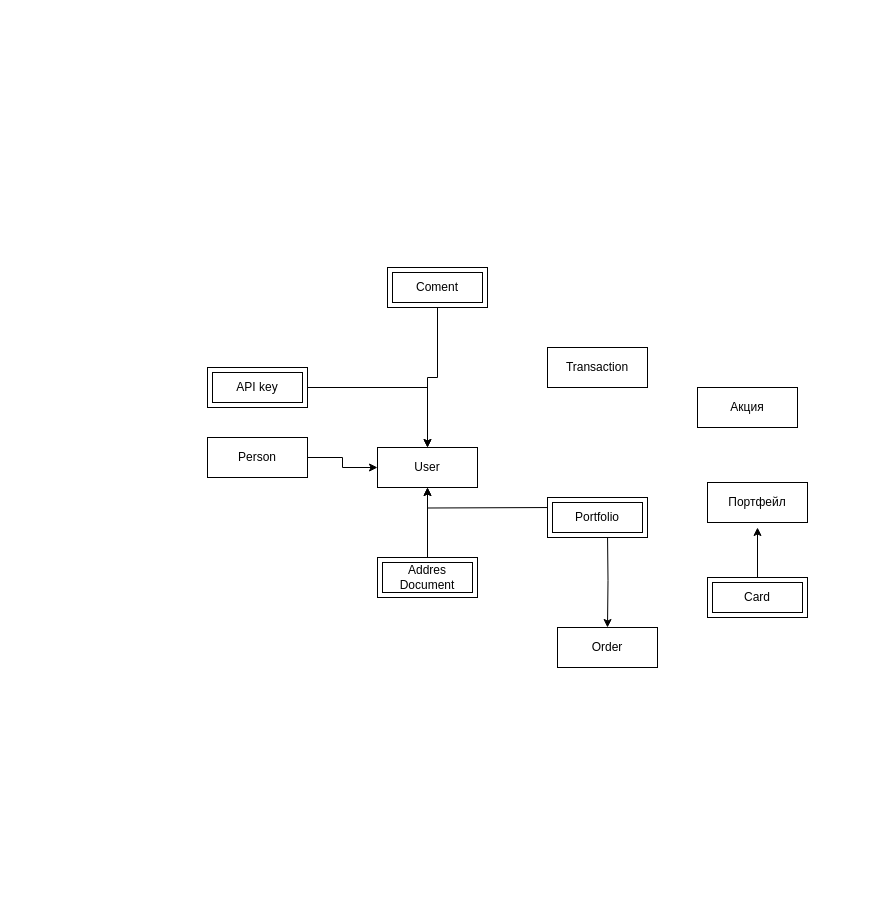
Above: Untitled Diagram.drawio in ThEMueA/dataModeling (draw.io), before the change. Source tidied: cells renumbered, new cells numbered last; positions are measured from the earlier drawing's top-left corner, leaving out a move shared by most shapes. Both pictures are drawn from the tidied source at 100%, with x=0, y=0 at pixel (207, 267).
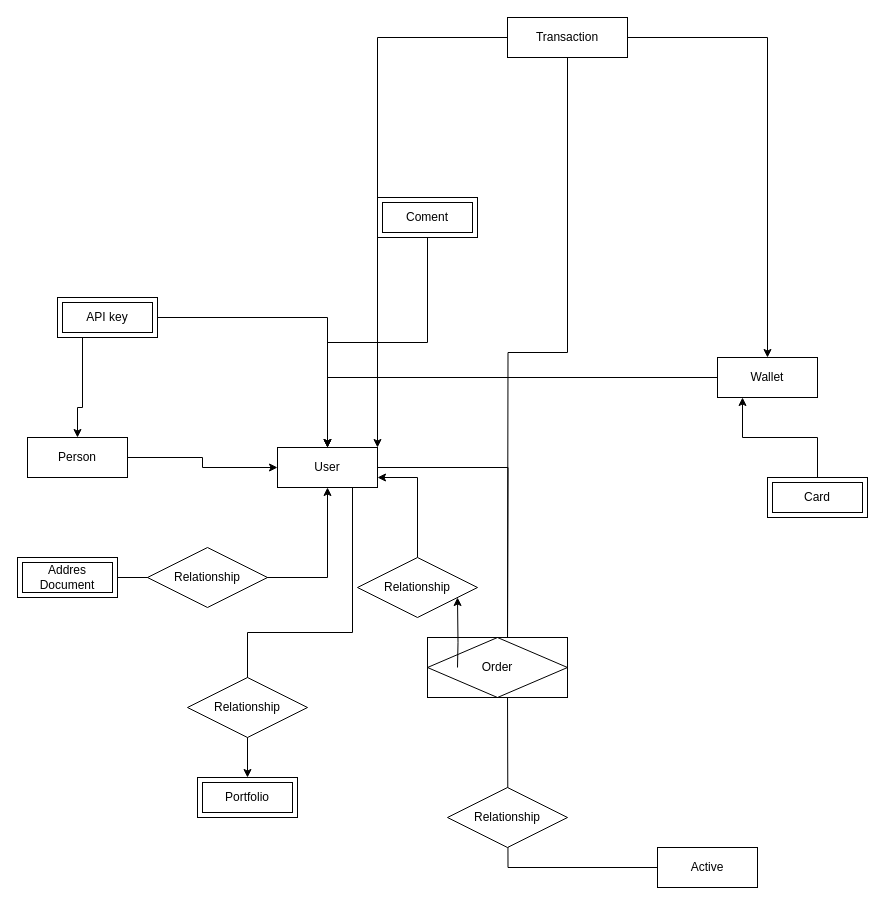
The same page after the edit.

Diff of the diagram source:
```diff
@@
+    <mxCell id="20" style="edgeStyle=orthogonalEdgeStyle;rounded=0;jettySize=auto;html=1;" parent="1" edge="1" source="2">
+      <mxGeometry relative="1" as="geometry">
+        <mxPoint x="300" y="380" as="targetPoint" />
+      </mxGeometry>
+    </mxCell>
+    <mxCell id="21" style="edgeStyle=orthogonalEdgeStyle;rounded=0;jettySize=auto;html=1;exitX=0.75;exitY=1;exitDx=0;exitDy=0;" parent="1" edge="1" source="2" target="19">
+      <mxGeometry relative="1" as="geometry" />
+    </mxCell>
     <mxCell id="2" value="User" style="whiteSpace=wrap;html=1;align=center;" parent="1" vertex="1">
-      <mxGeometry x="170" y="180" width="100" height="40" as="geometry" />
+      <mxGeometry x="70" y="180" width="100" height="40" as="geometry" />
     </mxCell>
+    <mxCell id="22" style="edgeStyle=orthogonalEdgeStyle;rounded=0;jettySize=auto;html=1;" parent="1" edge="1" source="3">
+      <mxGeometry relative="1" as="geometry">
+        <mxPoint x="300" y="420" as="targetPoint" />
+      </mxGeometry>
+    </mxCell>
-    <mxCell id="3" value="Акция" style="whiteSpace=wrap;html=1;align=center;" parent="1" vertex="1">
-      <mxGeometry x="490" y="120" width="100" height="40" as="geometry" />
+    <mxCell id="3" value="Active" style="whiteSpace=wrap;html=1;align=center;" parent="1" vertex="1">
+      <mxGeometry x="450" y="580" width="100" height="40" as="geometry" />
     </mxCell>
-    <mxCell id="4" value="Order" style="whiteSpace=wrap;html=1;align=center;" parent="1" vertex="1">
-      <mxGeometry x="350" y="360" width="100" height="40" as="geometry" />
-    </mxCell>
+    <mxCell id="23" style="edgeStyle=orthogonalEdgeStyle;rounded=0;jettySize=auto;html=1;entryX=1;entryY=0.75;entryDx=0;entryDy=0;" parent="1" edge="1" source="31" target="2">
+      <mxGeometry relative="1" as="geometry" />
+    </mxCell>
+    <mxCell id="24" style="edgeStyle=orthogonalEdgeStyle;rounded=0;jettySize=auto;html=1;" parent="1" edge="1" source="5" target="18">
+      <mxGeometry relative="1" as="geometry" />
+    </mxCell>
+    <mxCell id="25" style="edgeStyle=orthogonalEdgeStyle;rounded=0;jettySize=auto;html=1;entryX=1;entryY=0;entryDx=0;entryDy=0;" parent="1" edge="1" source="5" target="2">
+      <mxGeometry relative="1" as="geometry" />
+    </mxCell>
+    <mxCell id="26" style="edgeStyle=orthogonalEdgeStyle;rounded=0;jettySize=auto;html=1;exitX=0.5;exitY=1;exitDx=0;exitDy=0;" parent="1" edge="1" source="5">
+      <mxGeometry relative="1" as="geometry">
+        <mxPoint x="300" y="380" as="targetPoint" />
+      </mxGeometry>
+    </mxCell>
     <mxCell id="5" value="Transaction" style="whiteSpace=wrap;html=1;align=center;" parent="1" vertex="1">
-      <mxGeometry x="340" y="80" width="100" height="40" as="geometry" />
+      <mxGeometry x="300" y="-250" width="120" height="40" as="geometry" />
     </mxCell>
@@
     <mxCell id="7" value="Person" style="whiteSpace=wrap;html=1;align=center;" parent="1" vertex="1">
-      <mxGeometry y="170" width="100" height="40" as="geometry" />
+      <mxGeometry x="-180" y="170" width="100" height="40" as="geometry" />
     </mxCell>
@@
     <mxCell id="9" value="Addres Document" style="shape=ext;margin=3;double=1;whiteSpace=wrap;html=1;align=center;" parent="1" vertex="1">
-      <mxGeometry x="170" y="290" width="100" height="40" as="geometry" />
+      <mxGeometry x="-190" y="290" width="100" height="40" as="geometry" />
     </mxCell>
@@
+    <mxCell id="27" style="edgeStyle=orthogonalEdgeStyle;rounded=0;jettySize=auto;html=1;exitX=0.25;exitY=1;exitDx=0;exitDy=0;" parent="1" edge="1" source="11" target="7">
+      <mxGeometry relative="1" as="geometry">
+        <Array as="points">
+          <mxPoint x="-125" y="140" />
+          <mxPoint x="-130" y="140" />
+        </Array>
+      </mxGeometry>
+    </mxCell>
     <mxCell id="11" value="API key" style="shape=ext;margin=3;double=1;whiteSpace=wrap;html=1;align=center;" parent="1" vertex="1">
-      <mxGeometry y="100" width="100" height="40" as="geometry" />
+      <mxGeometry x="-150" y="30" width="100" height="40" as="geometry" />
     </mxCell>
@@
     <mxCell id="13" value="Coment" style="shape=ext;margin=3;double=1;whiteSpace=wrap;html=1;align=center;" parent="1" vertex="1">
-      <mxGeometry x="180" width="100" height="40" as="geometry" />
+      <mxGeometry x="170" y="-70" width="100" height="40" as="geometry" />
     </mxCell>
-    <mxCell id="14" style="edgeStyle=orthogonalEdgeStyle;rounded=0;jettySize=auto;html=1;" parent="1" edge="1" source="15">
-      <mxGeometry relative="1" as="geometry">
-        <mxPoint x="550" y="260" as="targetPoint" />
-      </mxGeometry>
+    <mxCell id="14" style="edgeStyle=orthogonalEdgeStyle;rounded=0;jettySize=auto;html=1;entryX=0.25;entryY=1;entryDx=0;entryDy=0;" parent="1" edge="1" source="15" target="18">
+      <mxGeometry relative="1" as="geometry" />
     </mxCell>
     <mxCell id="15" value="Card" style="shape=ext;margin=3;double=1;whiteSpace=wrap;html=1;align=center;" parent="1" vertex="1">
-      <mxGeometry x="500" y="310" width="100" height="40" as="geometry" />
+      <mxGeometry x="560" y="210" width="100" height="40" as="geometry" />
     </mxCell>
-    <mxCell id="16" style="edgeStyle=orthogonalEdgeStyle;rounded=0;jettySize=auto;html=1;" parent="1" edge="1" target="2">
-      <mxGeometry relative="1" as="geometry">
-        <mxPoint x="350" y="240" as="sourcePoint" />
-      </mxGeometry>
-    </mxCell>
-    <mxCell id="17" style="edgeStyle=orthogonalEdgeStyle;rounded=0;jettySize=auto;html=1;" parent="1" edge="1" target="4">
-      <mxGeometry relative="1" as="geometry">
-        <mxPoint x="400" y="265" as="sourcePoint" />
-      </mxGeometry>
-    </mxCell>
+    <mxCell id="28" style="edgeStyle=orthogonalEdgeStyle;rounded=0;jettySize=auto;html=1;" parent="1" edge="1" source="18" target="2">
+      <mxGeometry relative="1" as="geometry" />
+    </mxCell>
-    <mxCell id="18" value="Портфейл" style="whiteSpace=wrap;html=1;align=center;" parent="1" vertex="1">
-      <mxGeometry x="500" y="215" width="100" height="40" as="geometry" />
+    <mxCell id="18" value="Wallet" style="whiteSpace=wrap;html=1;align=center;" parent="1" vertex="1">
+      <mxGeometry x="510" y="90" width="100" height="40" as="geometry" />
     </mxCell>
     <mxCell id="19" value="Portfolio" style="shape=ext;margin=3;double=1;whiteSpace=wrap;html=1;align=center;" parent="1" vertex="1">
-      <mxGeometry x="340" y="230" width="100" height="40" as="geometry" />
+      <mxGeometry x="-10" y="510" width="100" height="40" as="geometry" />
     </mxCell>
+    <mxCell id="4" value="Order" style="shape=associativeEntity;whiteSpace=wrap;html=1;align=center;" parent="1" vertex="1">
+      <mxGeometry x="220" y="370" width="140" height="60" as="geometry" />
+    </mxCell>
+    <mxCell id="29" value="Relationship" style="shape=rhombus;perimeter=rhombusPerimeter;whiteSpace=wrap;html=1;align=center;" parent="1" vertex="1">
+      <mxGeometry x="240" y="520" width="120" height="60" as="geometry" />
+    </mxCell>
+    <mxCell id="30" style="edgeStyle=orthogonalEdgeStyle;rounded=0;jettySize=auto;html=1;entryX=1;entryY=0.75;entryDx=0;entryDy=0;" parent="1" edge="1" target="31">
+      <mxGeometry relative="1" as="geometry">
+        <mxPoint x="250" y="400" as="sourcePoint" />
+      </mxGeometry>
+    </mxCell>
+    <mxCell id="31" value="Relationship" style="shape=rhombus;perimeter=rhombusPerimeter;whiteSpace=wrap;html=1;align=center;" parent="1" vertex="1">
+      <mxGeometry x="150" y="290" width="120" height="60" as="geometry" />
+    </mxCell>
+    <mxCell id="32" value="Relationship" style="shape=rhombus;perimeter=rhombusPerimeter;whiteSpace=wrap;html=1;align=center;" parent="1" vertex="1">
+      <mxGeometry x="-20" y="410" width="120" height="60" as="geometry" />
+    </mxCell>
+    <mxCell id="33" value="Relationship" style="shape=rhombus;perimeter=rhombusPerimeter;whiteSpace=wrap;html=1;align=center;" parent="1" vertex="1">
+      <mxGeometry x="-60" y="280" width="120" height="60" as="geometry" />
+    </mxCell>
```
